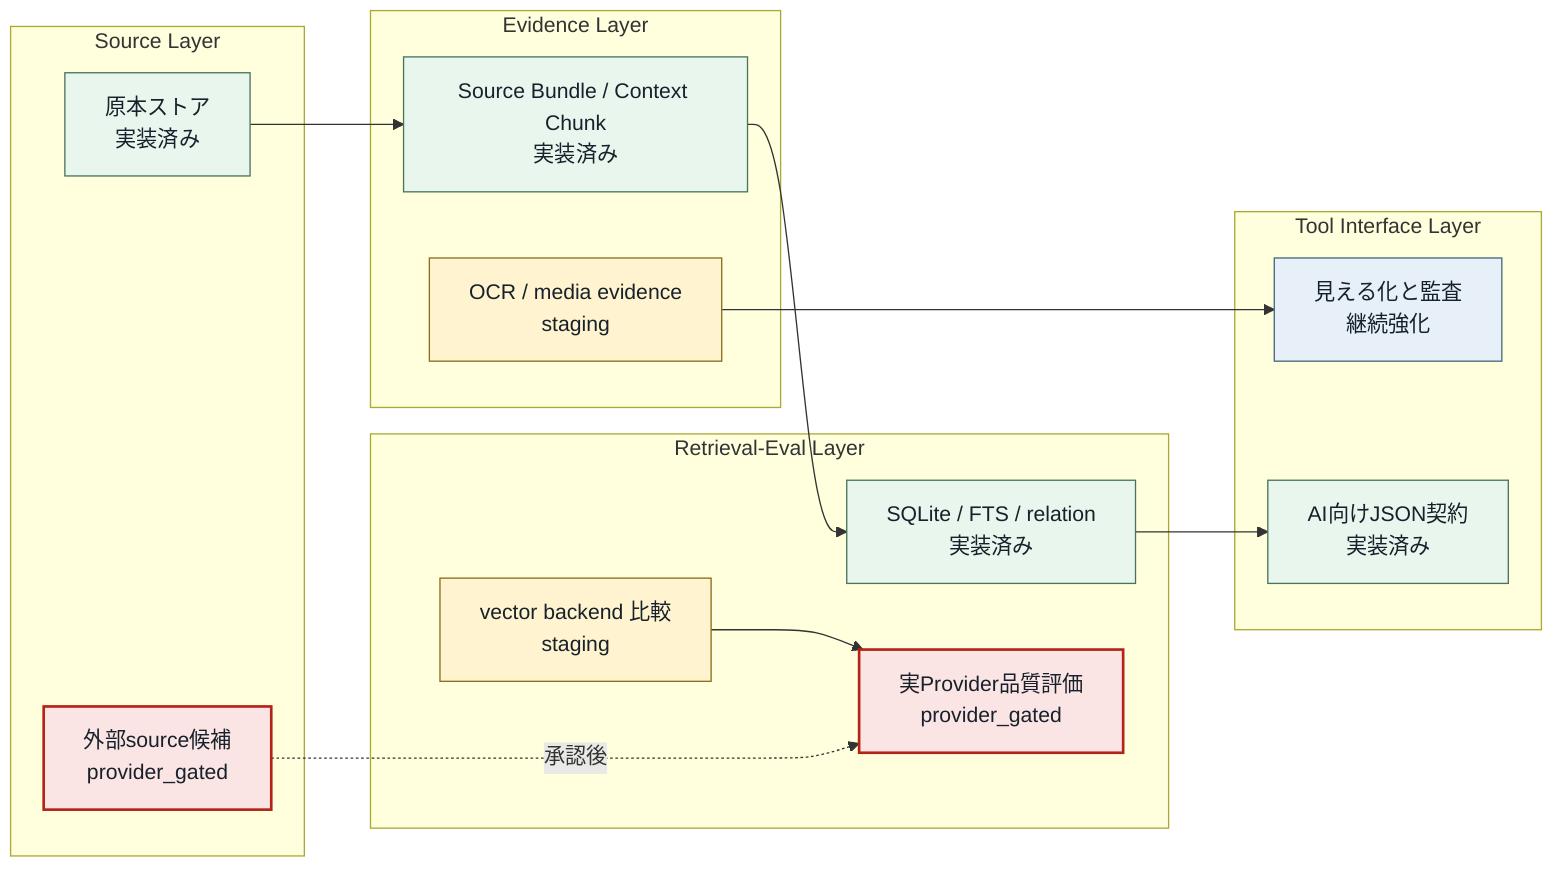
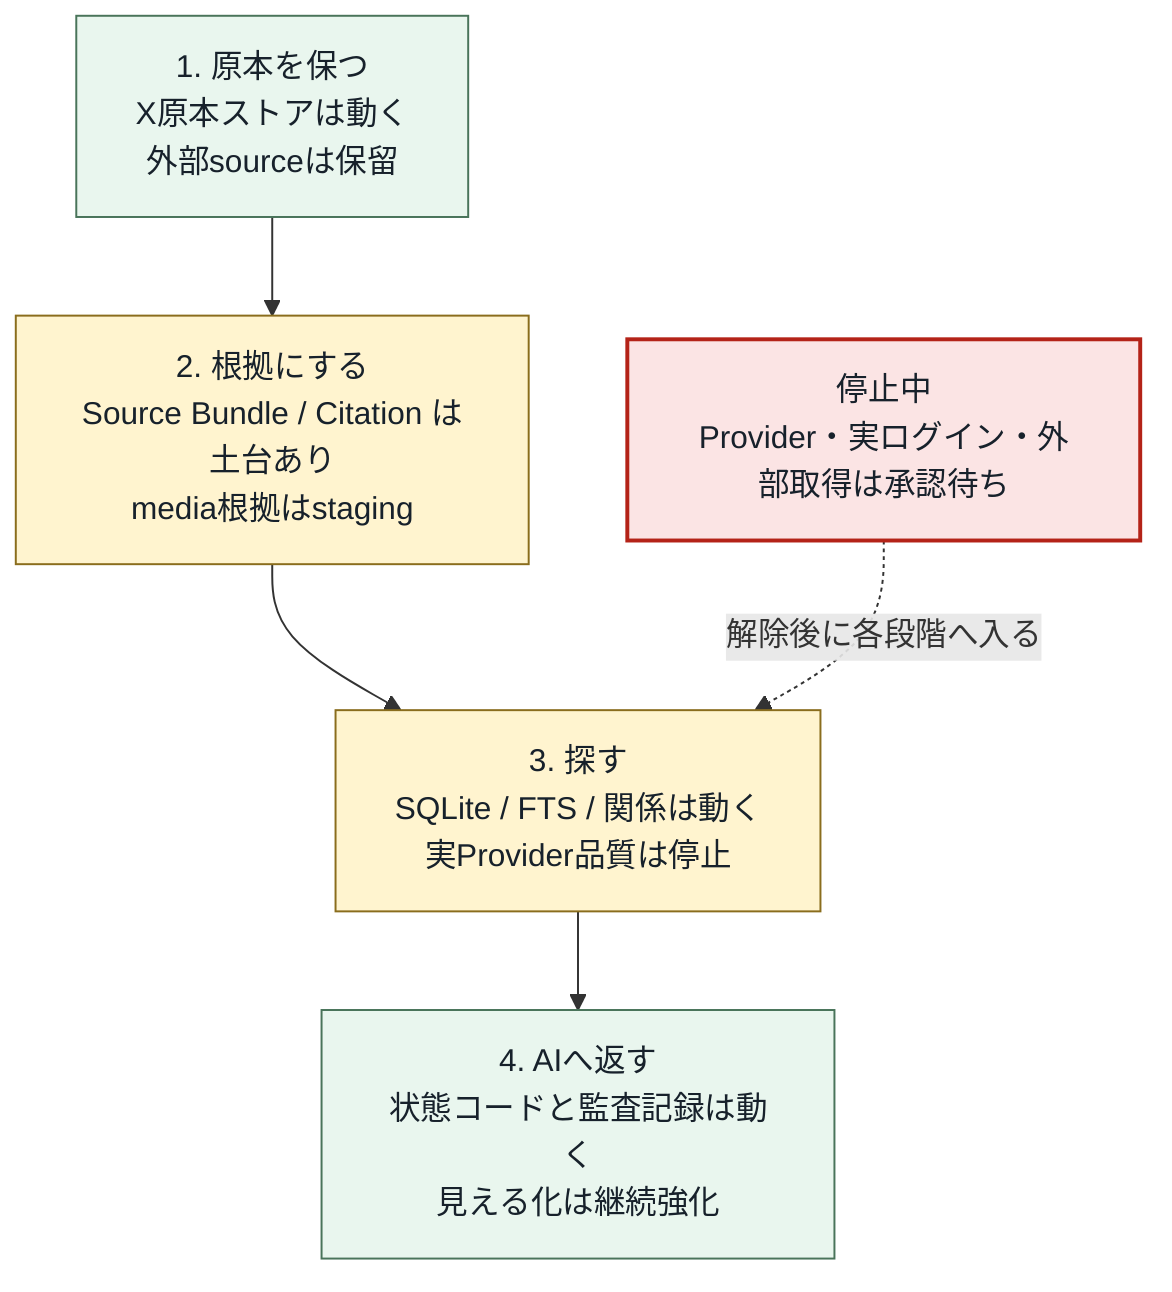
- flowchart LR
-   %% 現状のWBS / ロードマップ図: いまの完成・staging・provider_gated を4層で見る
+ flowchart TB
+   %% 現状のWBS / ロードマップ図: 主経路のどこが動き、どこが保留かを見る

  classDef done fill:#e9f6ee,stroke:#49745a,color:#17212b
-   classDef staging fill:#fff4cf,stroke:#8a6d1d,color:#17212b
-   classDef gated fill:#fbe4e4,stroke:#b42318,color:#17212b,stroke-width:2px
-   classDef next fill:#e7f0f8,stroke:#49657a,color:#17212b
+   classDef next fill:#fff4cf,stroke:#8a6d1d,color:#17212b
+   classDef gate fill:#fbe4e4,stroke:#b42318,color:#17212b,stroke-width:2px

-   subgraph source["Source Layer"]
-     source_done["原本ストア<br/>実装済み"]:::done
-     source_gate["外部source候補<br/>provider_gated"]:::gated
-   end
+   source["1. 原本を保つ<br/>X原本ストアは動く<br/>外部sourceは保留"]:::done
+   evidence["2. 根拠にする<br/>Source Bundle / Citation は土台あり<br/>media根拠はstaging"]:::next
+   search["3. 探す<br/>SQLite / FTS / 関係は動く<br/>実Provider品質は停止"]:::next
+   tool["4. AIへ返す<br/>状態コードと監査記録は動く<br/>見える化は継続強化"]:::done
+   gate["停止中<br/>Provider・実ログイン・外部取得は承認待ち"]:::gate

-   subgraph evidence["Evidence Layer"]
-     evidence_done["Source Bundle / Context Chunk<br/>実装済み"]:::done
-     media_stage["OCR / media evidence<br/>staging"]:::staging
-   end
- 
-   subgraph retrieval["Retrieval-Eval Layer"]
-     local_done["SQLite / FTS / relation<br/>実装済み"]:::done
-     vector_stage["vector backend 比較<br/>staging"]:::staging
-     provider_gate["実Provider品質評価<br/>provider_gated"]:::gated
-   end
- 
-   subgraph interface["Tool Interface Layer"]
-     tool_done["AI向けJSON契約<br/>実装済み"]:::done
-     observe_next["見える化と監査<br/>継続強化"]:::next
-   end
- 
-   source_done --> evidence_done --> local_done --> tool_done
-   source_gate -. "承認後" .-> provider_gate
-   media_stage --> observe_next
-   vector_stage --> provider_gate
+   source --> evidence --> search --> tool
+   gate -. "解除後に各段階へ入る" .-> search
